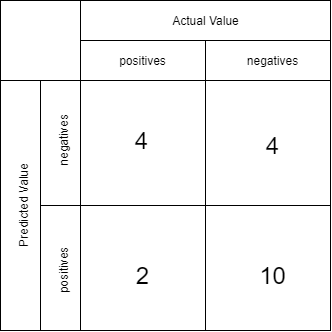
Above: Confussion.png in kapicalaporamancza/MSiD-projekt (draw.io), before the change. Source tidied: cells renumbered, new cells last; positions are measured from the earlier drawing's top-left corner, leaving out a move shared by most shapes. Source of this version:
```xml
<mxGraphModel background="#ffffff">
  <root>
    <mxCell id="0" style="html=1;" />
    <mxCell id="1" style="html=1;" parent="0" />
    <mxCell id="2" style="rounded=0;whiteSpace=wrap;html=1;" parent="1" vertex="1">
      <mxGeometry x="110" y="80" width="250" height="250" as="geometry" />
    </mxCell>
    <mxCell id="3" style="rounded=0;whiteSpace=wrap;html=1;" parent="1" vertex="1">
      <mxGeometry x="30" width="330" height="80" as="geometry" />
    </mxCell>
    <mxCell id="4" style="rounded=0;whiteSpace=wrap;html=1;" parent="1" vertex="1">
      <mxGeometry x="30" y="80" width="80" height="250" as="geometry" />
    </mxCell>
    <mxCell id="5" style="endArrow=none;html=1;" parent="1" edge="1">
      <mxGeometry relative="1" as="geometry">
        <mxPoint x="110" y="80" as="sourcePoint" />
        <mxPoint x="110" as="targetPoint" />
      </mxGeometry>
    </mxCell>
    <mxCell id="6" style="endArrow=none;html=1;exitX=1;exitY=0.5;exitDx=0;exitDy=0;" parent="1" edge="1" source="3">
      <mxGeometry relative="1" as="geometry">
        <mxPoint x="110" y="40" as="targetPoint" />
      </mxGeometry>
    </mxCell>
    <mxCell id="7" style="endArrow=none;html=1;entryX=0.5;entryY=0;entryDx=0;entryDy=0;exitX=0.5;exitY=1;exitDx=0;exitDy=0;" parent="1" edge="1" source="4" target="4">
      <mxGeometry relative="1" as="geometry" />
    </mxCell>
    <mxCell id="8" style="endArrow=none;html=1;exitX=0.5;exitY=0;exitDx=0;exitDy=0;entryX=0.5;entryY=1;entryDx=0;entryDy=0;" parent="1" edge="1" source="2" target="2">
      <mxGeometry relative="1" as="geometry" />
    </mxCell>
    <mxCell id="9" style="endArrow=none;html=1;exitX=0;exitY=0.5;exitDx=0;exitDy=0;entryX=1;entryY=0.5;entryDx=0;entryDy=0;" parent="1" edge="1" source="2" target="2">
      <mxGeometry relative="1" as="geometry" />
    </mxCell>
    <mxCell id="10" value="Actual Value" style="text;html=1;strokeColor=none;fillColor=none;align=center;verticalAlign=middle;whiteSpace=wrap;rounded=0;" parent="1" vertex="1">
      <mxGeometry x="182.5" y="10" width="105" height="20" as="geometry" />
    </mxCell>
    <mxCell id="11" value="positives" style="text;html=1;strokeColor=none;fillColor=none;align=center;verticalAlign=middle;whiteSpace=wrap;rounded=0;" parent="1" vertex="1">
      <mxGeometry x="120" y="50" width="105" height="20" as="geometry" />
    </mxCell>
    <mxCell id="12" style="endArrow=none;html=1;" parent="1" edge="1">
      <mxGeometry relative="1" as="geometry">
        <mxPoint x="235" y="80" as="sourcePoint" />
        <mxPoint x="235" y="40" as="targetPoint" />
      </mxGeometry>
    </mxCell>
    <mxCell id="13" style="endArrow=none;html=1;exitX=0;exitY=0.5;exitDx=0;exitDy=0;" parent="1" edge="1" source="2">
      <mxGeometry relative="1" as="geometry">
        <mxPoint x="70" y="205" as="targetPoint" />
      </mxGeometry>
    </mxCell>
    <mxCell id="14" value="negatives" style="text;html=1;strokeColor=none;fillColor=none;align=center;verticalAlign=middle;whiteSpace=wrap;rounded=0;" parent="1" vertex="1">
      <mxGeometry x="250" y="50" width="105" height="20" as="geometry" />
    </mxCell>
    <mxCell id="15" value="Predicted Value" style="text;html=1;strokeColor=none;fillColor=none;align=center;verticalAlign=middle;whiteSpace=wrap;rounded=0;rotation=-90;" parent="1" vertex="1">
      <mxGeometry y="195" width="105" height="20" as="geometry" />
    </mxCell>
    <mxCell id="16" value="positives" style="text;html=1;strokeColor=none;fillColor=none;align=center;verticalAlign=middle;whiteSpace=wrap;rounded=0;rotation=-90;" parent="1" vertex="1">
      <mxGeometry x="40" y="260" width="105" height="20" as="geometry" />
    </mxCell>
    <mxCell id="17" value="negatives" style="text;html=1;strokeColor=none;fillColor=none;align=center;verticalAlign=middle;whiteSpace=wrap;rounded=0;rotation=-90;" parent="1" vertex="1">
      <mxGeometry x="40" y="130" width="105" height="20" as="geometry" />
    </mxCell>
    <mxCell id="18" value="&lt;font style=&quot;font-size: 24px&quot;&gt;4&lt;/font&gt;" style="text;html=1;strokeColor=none;fillColor=none;align=center;verticalAlign=middle;whiteSpace=wrap;rounded=0;" parent="1" vertex="1">
      <mxGeometry x="145" y="125" width="52.5" height="30" as="geometry" />
    </mxCell>
    <mxCell id="19" value="&lt;font style=&quot;font-size: 24px&quot;&gt;4&lt;/font&gt;" style="text;html=1;strokeColor=none;fillColor=none;align=center;verticalAlign=middle;whiteSpace=wrap;rounded=0;" parent="1" vertex="1">
      <mxGeometry x="276.2" y="130" width="52.5" height="30" as="geometry" />
    </mxCell>
    <mxCell id="20" value="&lt;font style=&quot;font-size: 24px&quot;&gt;2&lt;/font&gt;" style="text;html=1;strokeColor=none;fillColor=none;align=center;verticalAlign=middle;whiteSpace=wrap;rounded=0;" parent="1" vertex="1">
      <mxGeometry x="146.2" y="260" width="52.5" height="30" as="geometry" />
    </mxCell>
    <mxCell id="21" value="&lt;font style=&quot;font-size: 24px&quot;&gt;10&lt;/font&gt;" style="text;html=1;strokeColor=none;fillColor=none;align=center;verticalAlign=middle;whiteSpace=wrap;rounded=0;" parent="1" vertex="1">
      <mxGeometry x="276.2" y="260" width="52.5" height="30" as="geometry" />
    </mxCell>
  </root>
</mxGraphModel>
```
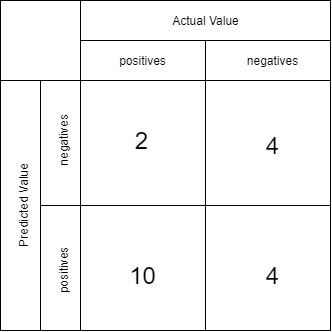
After the commit.

Diff of the diagram source:
```diff
@@ -60,16 +60,16 @@
     <mxCell id="17" value="negatives" style="text;html=1;strokeColor=none;fillColor=none;align=center;verticalAlign=middle;whiteSpace=wrap;rounded=0;rotation=-90;" parent="1" vertex="1">
       <mxGeometry x="40" y="130" width="105" height="20" as="geometry" />
     </mxCell>
-    <mxCell id="18" value="&lt;font style=&quot;font-size: 24px&quot;&gt;4&lt;/font&gt;" style="text;html=1;strokeColor=none;fillColor=none;align=center;verticalAlign=middle;whiteSpace=wrap;rounded=0;" parent="1" vertex="1">
+    <mxCell id="18" value="&lt;font style=&quot;font-size: 24px&quot;&gt;2&lt;/font&gt;" style="text;html=1;strokeColor=none;fillColor=none;align=center;verticalAlign=middle;whiteSpace=wrap;rounded=0;" parent="1" vertex="1">
       <mxGeometry x="145" y="125" width="52.5" height="30" as="geometry" />
     </mxCell>
     <mxCell id="19" value="&lt;font style=&quot;font-size: 24px&quot;&gt;4&lt;/font&gt;" style="text;html=1;strokeColor=none;fillColor=none;align=center;verticalAlign=middle;whiteSpace=wrap;rounded=0;" parent="1" vertex="1">
       <mxGeometry x="276.2" y="130" width="52.5" height="30" as="geometry" />
     </mxCell>
-    <mxCell id="20" value="&lt;font style=&quot;font-size: 24px&quot;&gt;2&lt;/font&gt;" style="text;html=1;strokeColor=none;fillColor=none;align=center;verticalAlign=middle;whiteSpace=wrap;rounded=0;" parent="1" vertex="1">
+    <mxCell id="20" value="&lt;font style=&quot;font-size: 24px&quot;&gt;10&lt;/font&gt;" style="text;html=1;strokeColor=none;fillColor=none;align=center;verticalAlign=middle;whiteSpace=wrap;rounded=0;" parent="1" vertex="1">
       <mxGeometry x="146.2" y="260" width="52.5" height="30" as="geometry" />
     </mxCell>
-    <mxCell id="21" value="&lt;font style=&quot;font-size: 24px&quot;&gt;10&lt;/font&gt;" style="text;html=1;strokeColor=none;fillColor=none;align=center;verticalAlign=middle;whiteSpace=wrap;rounded=0;" parent="1" vertex="1">
+    <mxCell id="21" value="&lt;font style=&quot;font-size: 24px&quot;&gt;4&lt;/font&gt;" style="text;html=1;strokeColor=none;fillColor=none;align=center;verticalAlign=middle;whiteSpace=wrap;rounded=0;" parent="1" vertex="1">
       <mxGeometry x="276.2" y="260" width="52.5" height="30" as="geometry" />
     </mxCell>
   </root>
```
